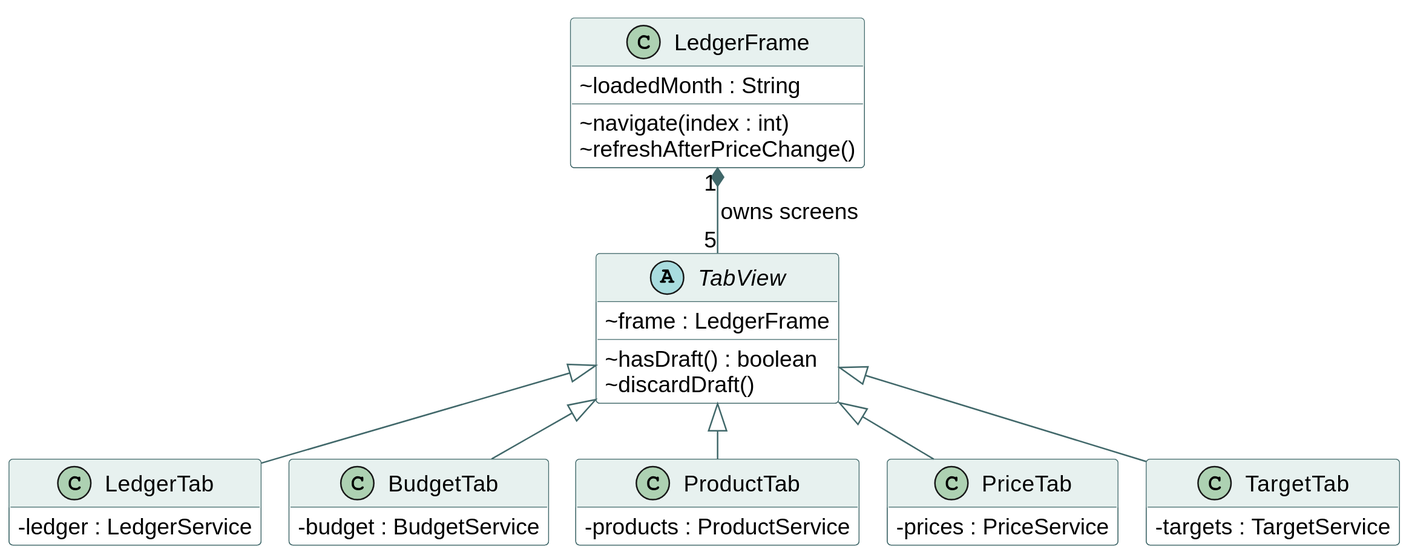
Above: doc/class-storage-ui.svg in hyeonsu-test/smart-grocery-ledger (PlantUML), before the change.
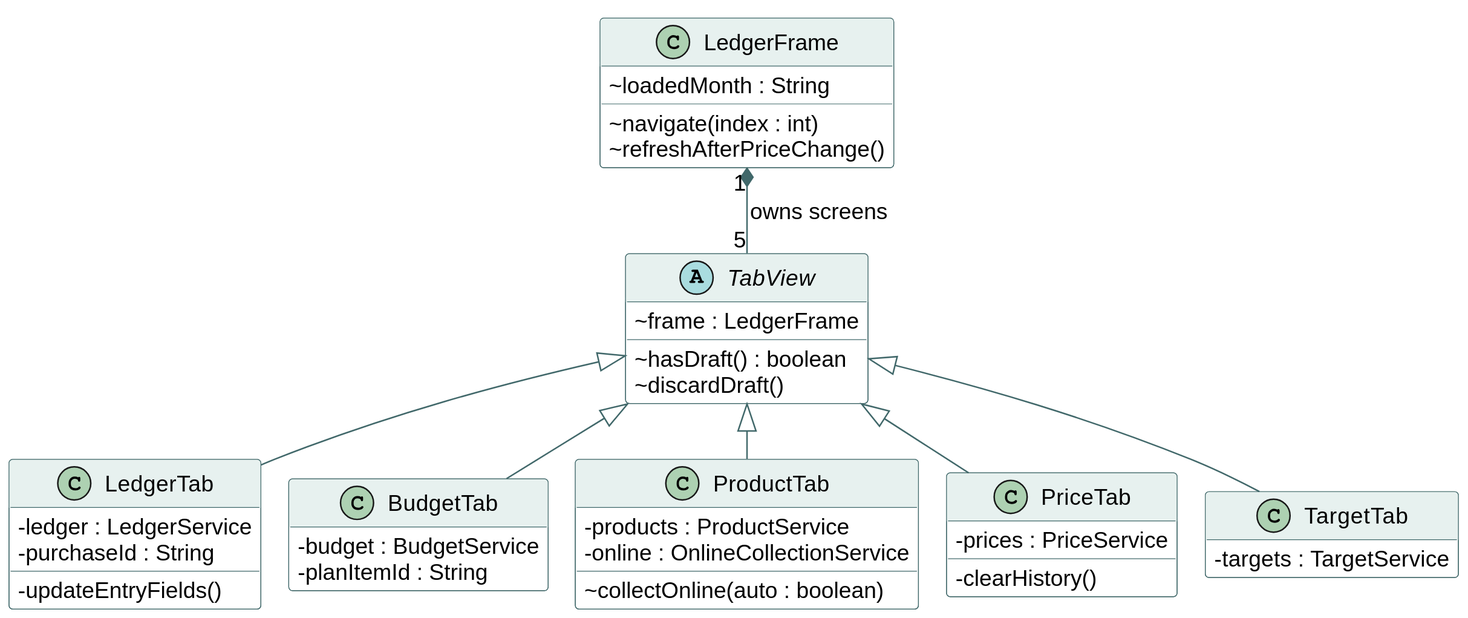
Later version of the same file.

Change to the diagram source:
```diff
@@ -23,15 +23,21 @@
 }
 class LedgerTab {
   - ledger : LedgerService
+  - purchaseId : String
+  - updateEntryFields()
 }
 class BudgetTab {
   - budget : BudgetService
+  - planItemId : String
 }
 class ProductTab {
   - products : ProductService
+  - online : OnlineCollectionService
+  ~ collectOnline(auto : boolean)
 }
 class PriceTab {
   - prices : PriceService
+  - clearHistory()
 }
 class TargetTab {
   - targets : TargetService
```
